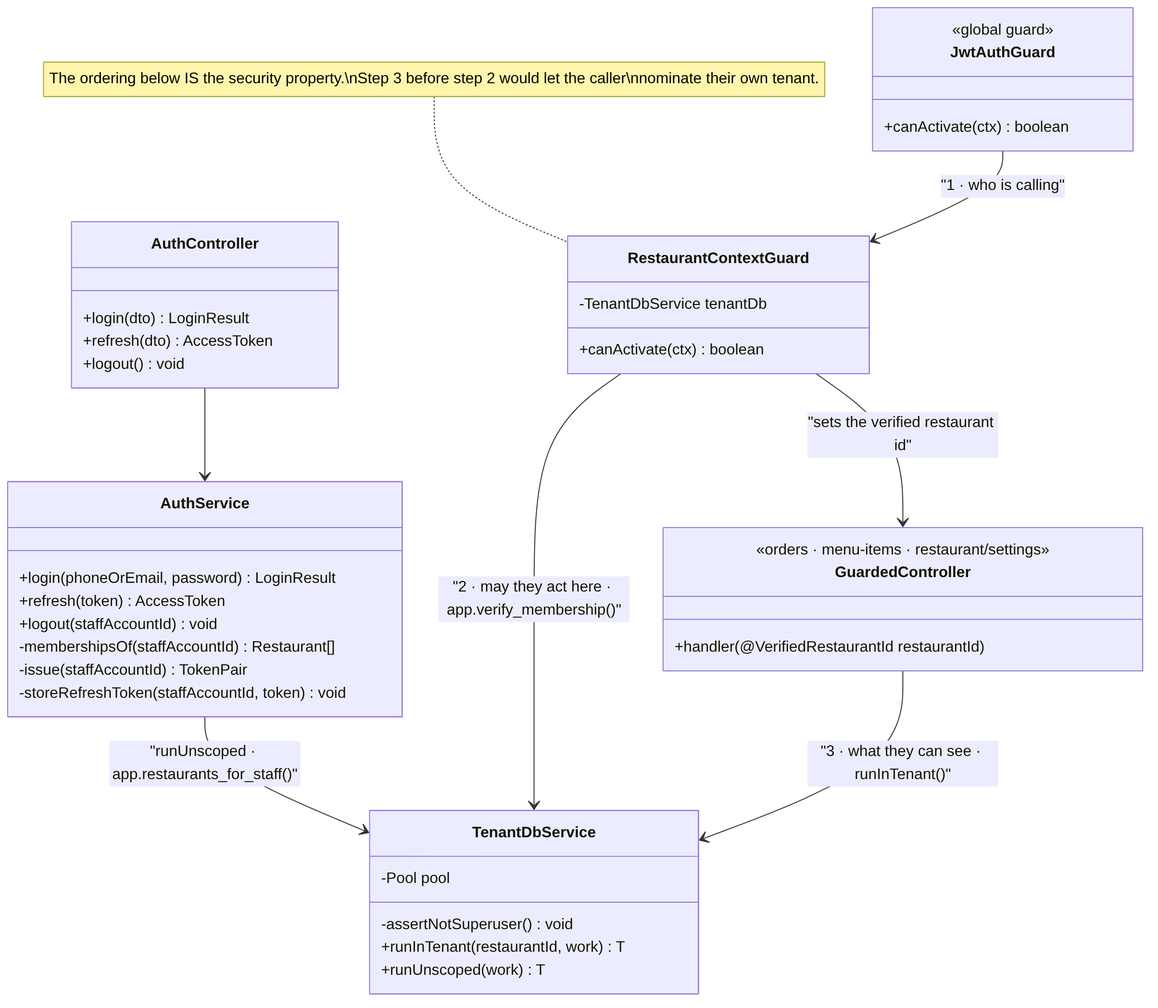
The Mermaid diagram docs/diagrams/06a-class-auth.png in mozz-labs/sufria, before a commit. Its source is kept beside it as docs/diagrams/06a-class-auth.mmd.
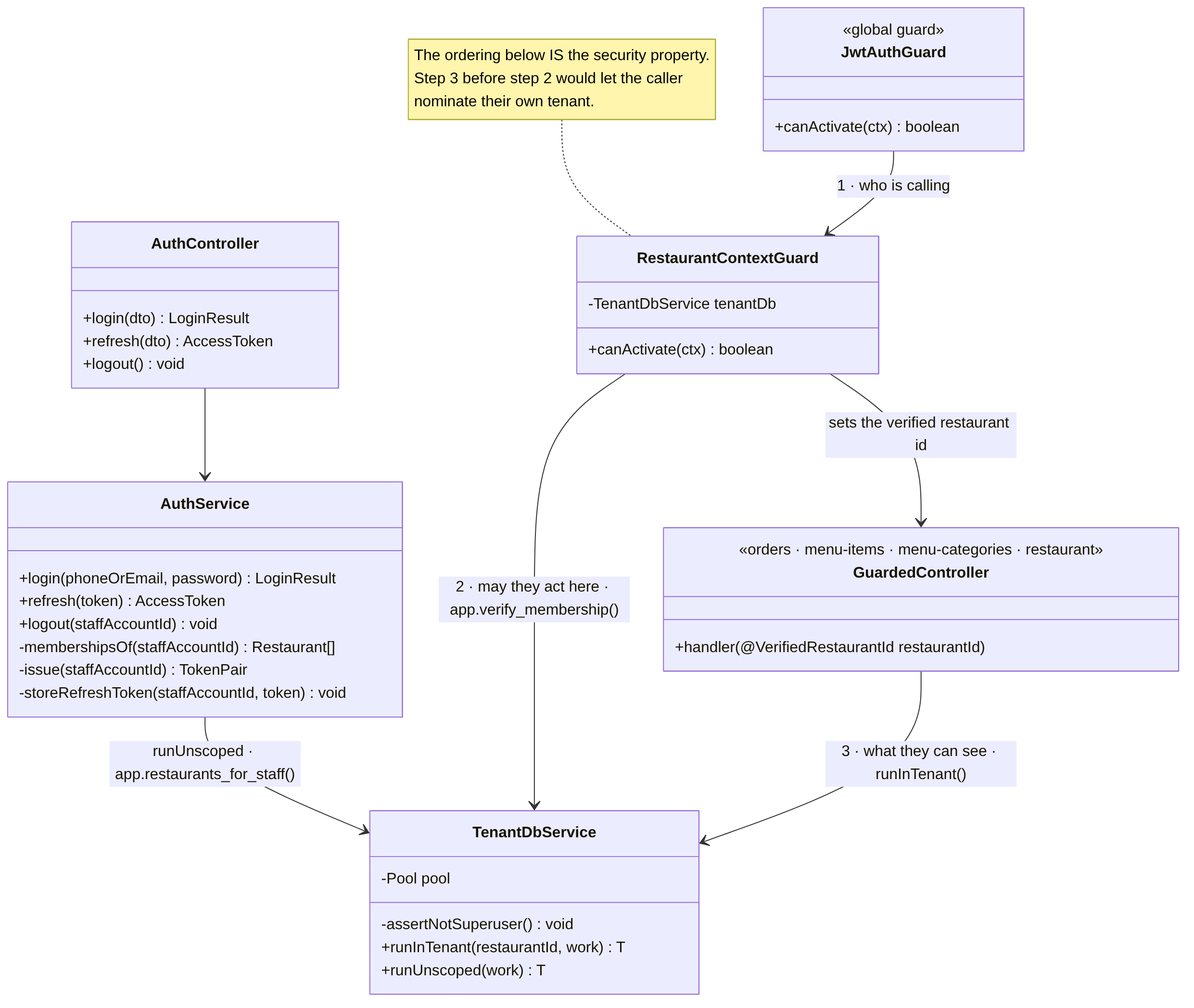
After the change.

Change to the diagram source:
```diff
@@ -24,7 +24,7 @@
         +canActivate(ctx) boolean
     }
     class GuardedController {
-        <<orders · menu-items · restaurant/settings>>
+        <<orders · menu-items · menu-categories · restaurant>>
         +handler(@VerifiedRestaurantId restaurantId)
     }
     class TenantDbService {
```
